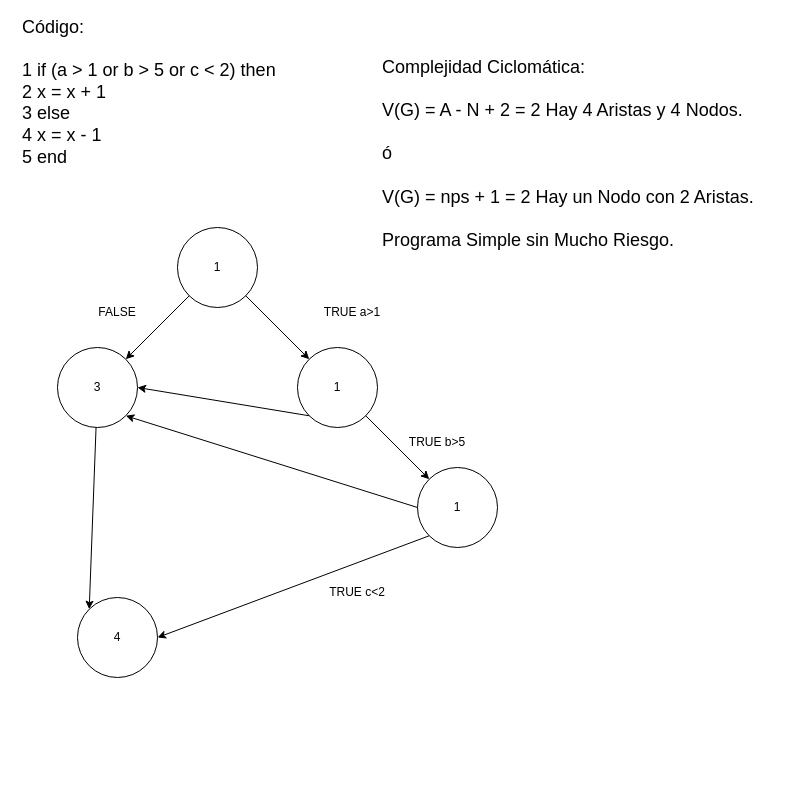
matelat-daw/DAW-2--Trimestre keeps this draw.io diagram as Entornos de Desarrollo/Pruebas de Caja Blanca/Entrega/Ejercicio-2-Entrega.drawio. Above is the earlier version. Source tidied: cells renumbered, new cells numbered last; positions are measured from the earlier drawing's top-left corner, leaving out a move shared by most shapes. Both pictures are drawn from the tidied source at 100%, with x=0, y=0 at pixel (17, 27).
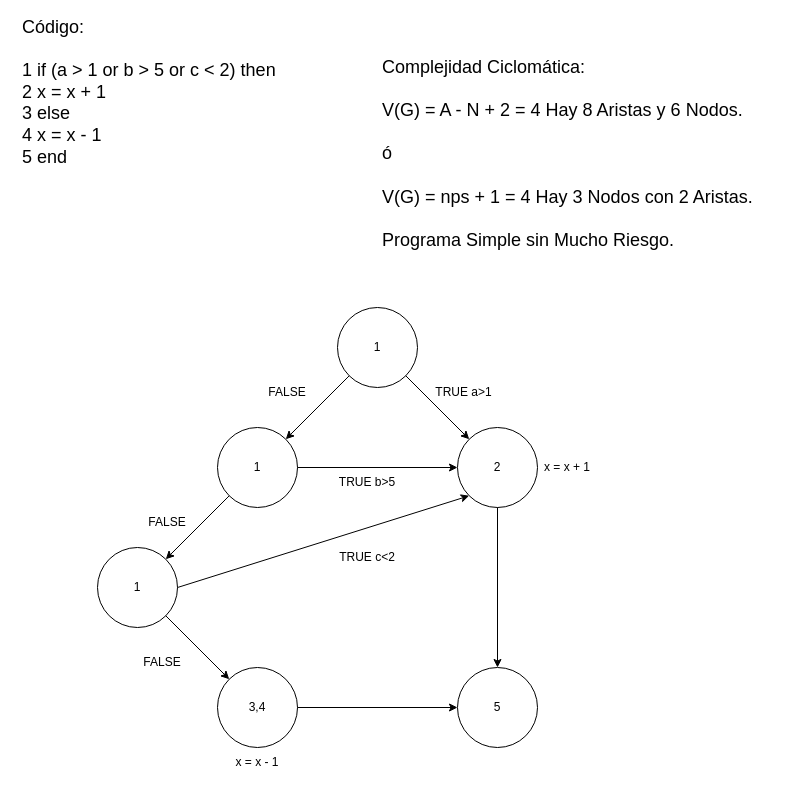
The same diagram, later.

The edit, as a diff of the source:
```diff
@@
     <mxCell id="2" style="ellipse;whiteSpace=wrap;html=1;" parent="1" vertex="1">
-      <mxGeometry x="160" y="200" width="80" height="80" as="geometry" />
+      <mxGeometry x="320" y="280" width="80" height="80" as="geometry" />
     </mxCell>
     <mxCell id="3" value="1" style="text;html=1;align=center;verticalAlign=middle;whiteSpace=wrap;rounded=0;" parent="1" vertex="1">
-      <mxGeometry x="170" y="225" width="60" height="30" as="geometry" />
+      <mxGeometry x="330" y="305" width="60" height="30" as="geometry" />
     </mxCell>
@@
     <mxCell id="5" style="ellipse;whiteSpace=wrap;html=1;" parent="1" vertex="1">
-      <mxGeometry x="280" y="320" width="80" height="80" as="geometry" />
+      <mxGeometry x="440" y="400" width="80" height="80" as="geometry" />
     </mxCell>
-    <mxCell id="6" style="ellipse;whiteSpace=wrap;html=1;" parent="1" vertex="1">
-      <mxGeometry x="40" y="320" width="80" height="80" as="geometry" />
-    </mxCell>
-    <mxCell id="7" style="ellipse;whiteSpace=wrap;html=1;" parent="1" vertex="1">
-      <mxGeometry x="60" y="570" width="80" height="80" as="geometry" />
-    </mxCell>
-    <mxCell id="8" value="1" style="text;html=1;align=center;verticalAlign=middle;whiteSpace=wrap;rounded=0;" parent="1" vertex="1">
-      <mxGeometry x="290" y="345" width="60" height="30" as="geometry" />
+    <mxCell id="8" value="2" style="text;html=1;align=center;verticalAlign=middle;whiteSpace=wrap;rounded=0;" parent="1" vertex="1">
+      <mxGeometry x="450" y="425" width="60" height="30" as="geometry" />
     </mxCell>
-    <mxCell id="9" value="3" style="text;html=1;align=center;verticalAlign=middle;whiteSpace=wrap;rounded=0;" parent="1" vertex="1">
-      <mxGeometry x="50" y="345" width="60" height="30" as="geometry" />
-    </mxCell>
-    <mxCell id="10" value="4" style="text;html=1;align=center;verticalAlign=middle;whiteSpace=wrap;rounded=0;" parent="1" vertex="1">
-      <mxGeometry x="70" y="595" width="60" height="30" as="geometry" />
-    </mxCell>
-    <mxCell id="11" style="endArrow=classic;html=1;rounded=0;exitX=1;exitY=1;exitDx=0;exitDy=0;entryX=0;entryY=0;entryDx=0;entryDy=0;" parent="1" edge="1" source="2" target="5">
+    <mxCell id="11" style="endArrow=classic;html=1;rounded=0;entryX=0;entryY=0;entryDx=0;entryDy=0;exitX=1;exitY=1;exitDx=0;exitDy=0;" parent="1" edge="1" source="2" target="5">
       <mxGeometry relative="1" as="geometry" />
     </mxCell>
-    <mxCell id="12" style="endArrow=classic;html=1;rounded=0;exitX=0;exitY=1;exitDx=0;exitDy=0;entryX=1;entryY=0;entryDx=0;entryDy=0;" parent="1" edge="1" source="2" target="6">
-      <mxGeometry relative="1" as="geometry" />
-    </mxCell>
-    <mxCell id="13" style="endArrow=classic;html=1;rounded=0;entryX=1;entryY=0.5;entryDx=0;entryDy=0;exitX=0;exitY=1;exitDx=0;exitDy=0;" parent="1" edge="1" source="5" target="6">
-      <mxGeometry relative="1" as="geometry" />
-    </mxCell>
-    <mxCell id="14" style="endArrow=classic;html=1;rounded=0;entryX=0;entryY=0;entryDx=0;entryDy=0;" parent="1" edge="1" source="6" target="7">
-      <mxGeometry relative="1" as="geometry" />
-    </mxCell>
-    <mxCell id="15" value="&lt;font style=&quot;font-size: 18px;&quot;&gt;Complejidad Ciclomática:&lt;br&gt;&lt;br&gt;V(G) = A - N + 2 = 2 Hay 4 Aristas y 4 Nodos.&lt;br&gt;&lt;br&gt;ó&lt;br&gt;&lt;br&gt;V(G) = nps + 1 = 2 Hay un Nodo con 2 Aristas.&lt;br&gt;&lt;br&gt;Programa Simple sin Mucho Riesgo.&lt;br&gt;&lt;/font&gt;" style="text;html=1;spacing=5;spacingTop=-20;whiteSpace=wrap;overflow=hidden;rounded=0;" parent="1" vertex="1">
+    <mxCell id="15" value="&lt;font style=&quot;font-size: 18px;&quot;&gt;Complejidad Ciclomática:&lt;br&gt;&lt;br&gt;V(G) = A - N + 2 = 4 Hay 8 Aristas y 6 Nodos.&lt;br&gt;&lt;br&gt;ó&lt;br&gt;&lt;br&gt;V(G) = nps + 1 = 4 Hay 3 Nodos con 2 Aristas.&lt;br&gt;&lt;br&gt;Programa Simple sin Mucho Riesgo.&lt;br&gt;&lt;/font&gt;" style="text;html=1;spacing=5;spacingTop=-20;whiteSpace=wrap;overflow=hidden;rounded=0;" parent="1" vertex="1">
       <mxGeometry x="360" y="40" width="400" height="200" as="geometry" />
     </mxCell>
     <mxCell id="16" value="TRUE a&amp;gt;1" style="text;html=1;align=center;verticalAlign=middle;whiteSpace=wrap;rounded=0;" parent="1" vertex="1">
-      <mxGeometry x="260" y="270" width="150" height="30" as="geometry" />
+      <mxGeometry x="414" y="350" width="65" height="30" as="geometry" />
     </mxCell>
     <mxCell id="17" value="FALSE" style="text;html=1;align=center;verticalAlign=middle;whiteSpace=wrap;rounded=0;" parent="1" vertex="1">
-      <mxGeometry x="70" y="270" width="60" height="30" as="geometry" />
+      <mxGeometry x="240" y="350" width="60" height="30" as="geometry" />
     </mxCell>
-    <mxCell id="18" style="ellipse;whiteSpace=wrap;html=1;" parent="1" vertex="1">
-      <mxGeometry x="400" y="440" width="80" height="80" as="geometry" />
-    </mxCell>
-    <mxCell id="19" style="endArrow=classic;html=1;rounded=0;exitX=1;exitY=1;exitDx=0;exitDy=0;entryX=0;entryY=0;entryDx=0;entryDy=0;" parent="1" edge="1" source="5" target="18">
-      <mxGeometry relative="1" as="geometry" />
-    </mxCell>
+    <mxCell id="25" style="ellipse;whiteSpace=wrap;html=1;" parent="1" vertex="1">
+      <mxGeometry x="200" y="400" width="80" height="80" as="geometry" />
+    </mxCell>
+    <mxCell id="26" style="endArrow=classic;html=1;rounded=0;entryX=1;entryY=0;entryDx=0;entryDy=0;exitX=0;exitY=1;exitDx=0;exitDy=0;" parent="1" edge="1" source="2" target="25">
+      <mxGeometry relative="1" as="geometry" />
+    </mxCell>
+    <mxCell id="27" value="1" style="text;html=1;align=center;verticalAlign=middle;whiteSpace=wrap;rounded=0;" parent="1" vertex="1">
+      <mxGeometry x="210" y="425" width="60" height="30" as="geometry" />
+    </mxCell>
+    <mxCell id="28" style="endArrow=classic;html=1;rounded=0;entryX=0;entryY=0.5;entryDx=0;entryDy=0;exitX=1;exitY=0.5;exitDx=0;exitDy=0;" parent="1" edge="1" source="25" target="5">
+      <mxGeometry relative="1" as="geometry" />
+    </mxCell>
     <mxCell id="20" value="TRUE b&amp;gt;5" style="text;html=1;align=center;verticalAlign=middle;whiteSpace=wrap;rounded=0;" parent="1" vertex="1">
-      <mxGeometry x="390" y="400" width="60" height="30" as="geometry" />
+      <mxGeometry x="290" y="440" width="120" height="30" as="geometry" />
     </mxCell>
-    <mxCell id="21" style="endArrow=classic;html=1;rounded=0;entryX=1;entryY=1;entryDx=0;entryDy=0;exitX=0;exitY=0.5;exitDx=0;exitDy=0;" parent="1" edge="1" source="18" target="6">
-      <mxGeometry relative="1" as="geometry" />
-    </mxCell>
-    <mxCell id="22" value="1" style="text;html=1;align=center;verticalAlign=middle;whiteSpace=wrap;rounded=0;" parent="1" vertex="1">
-      <mxGeometry x="410" y="465" width="60" height="30" as="geometry" />
-    </mxCell>
-    <mxCell id="23" style="endArrow=classic;html=1;rounded=0;entryX=1;entryY=0.5;entryDx=0;entryDy=0;exitX=0;exitY=1;exitDx=0;exitDy=0;" parent="1" edge="1" source="18" target="7">
-      <mxGeometry relative="1" as="geometry" />
-    </mxCell>
+    <mxCell id="29" style="ellipse;whiteSpace=wrap;html=1;" parent="1" vertex="1">
+      <mxGeometry x="80" y="520" width="80" height="80" as="geometry" />
+    </mxCell>
+    <mxCell id="30" style="endArrow=classic;html=1;rounded=0;entryX=1;entryY=0;entryDx=0;entryDy=0;exitX=0;exitY=1;exitDx=0;exitDy=0;" parent="1" edge="1" source="25" target="29">
+      <mxGeometry relative="1" as="geometry" />
+    </mxCell>
+    <mxCell id="31" value="FALSE" style="text;html=1;align=center;verticalAlign=middle;whiteSpace=wrap;rounded=0;" parent="1" vertex="1">
+      <mxGeometry x="120" y="480" width="60" height="30" as="geometry" />
+    </mxCell>
+    <mxCell id="32" style="endArrow=classic;html=1;rounded=0;entryX=0;entryY=1;entryDx=0;entryDy=0;exitX=1;exitY=0.5;exitDx=0;exitDy=0;" parent="1" edge="1" source="29" target="5">
+      <mxGeometry relative="1" as="geometry" />
+    </mxCell>
     <mxCell id="24" value="TRUE c&amp;lt;2" style="text;html=1;align=center;verticalAlign=middle;whiteSpace=wrap;rounded=0;" parent="1" vertex="1">
-      <mxGeometry x="310" y="550" width="60" height="30" as="geometry" />
+      <mxGeometry x="270" y="515" width="160" height="30" as="geometry" />
     </mxCell>
+    <mxCell id="33" value="1" style="text;html=1;align=center;verticalAlign=middle;whiteSpace=wrap;rounded=0;" parent="1" vertex="1">
+      <mxGeometry x="90" y="545" width="60" height="30" as="geometry" />
+    </mxCell>
+    <mxCell id="34" style="ellipse;whiteSpace=wrap;html=1;" parent="1" vertex="1">
+      <mxGeometry x="200" y="640" width="80" height="80" as="geometry" />
+    </mxCell>
+    <mxCell id="35" value="3,4" style="text;html=1;align=center;verticalAlign=middle;whiteSpace=wrap;rounded=0;" parent="1" vertex="1">
+      <mxGeometry x="210" y="665" width="60" height="30" as="geometry" />
+    </mxCell>
+    <mxCell id="36" style="endArrow=classic;html=1;rounded=0;entryX=0;entryY=0;entryDx=0;entryDy=0;exitX=1;exitY=1;exitDx=0;exitDy=0;" parent="1" edge="1" source="29" target="34">
+      <mxGeometry relative="1" as="geometry" />
+    </mxCell>
+    <mxCell id="37" value="FALSE" style="text;html=1;align=center;verticalAlign=middle;whiteSpace=wrap;rounded=0;" parent="1" vertex="1">
+      <mxGeometry x="100" y="620" width="90" height="30" as="geometry" />
+    </mxCell>
+    <mxCell id="38" style="ellipse;whiteSpace=wrap;html=1;" parent="1" vertex="1">
+      <mxGeometry x="440" y="640" width="80" height="80" as="geometry" />
+    </mxCell>
+    <mxCell id="39" value="5" style="text;html=1;align=center;verticalAlign=middle;whiteSpace=wrap;rounded=0;" parent="1" vertex="1">
+      <mxGeometry x="450" y="665" width="60" height="30" as="geometry" />
+    </mxCell>
+    <mxCell id="40" style="endArrow=classic;html=1;rounded=0;entryX=0;entryY=0.5;entryDx=0;entryDy=0;exitX=1;exitY=0.5;exitDx=0;exitDy=0;" parent="1" edge="1" source="34" target="38">
+      <mxGeometry relative="1" as="geometry" />
+    </mxCell>
+    <mxCell id="41" style="endArrow=classic;html=1;rounded=0;entryX=0.5;entryY=0;entryDx=0;entryDy=0;exitX=0.5;exitY=1;exitDx=0;exitDy=0;" parent="1" edge="1" source="5" target="38">
+      <mxGeometry relative="1" as="geometry" />
+    </mxCell>
+    <mxCell id="42" value="x = x + 1" style="text;html=1;align=center;verticalAlign=middle;whiteSpace=wrap;rounded=0;" parent="1" vertex="1">
+      <mxGeometry x="520" y="425" width="60" height="30" as="geometry" />
+    </mxCell>
+    <mxCell id="43" value="x = x - 1" style="text;html=1;align=center;verticalAlign=middle;whiteSpace=wrap;rounded=0;" parent="1" vertex="1">
+      <mxGeometry x="210" y="720" width="60" height="30" as="geometry" />
+    </mxCell>
```
